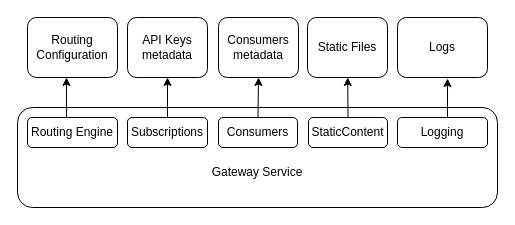
PKPublicCode/SecuredApi keeps this draw.io diagram as page "Components" (2 of 2) of Docs/Diagrams.drawio. Above is the earlier version. Source tidied: cells renumbered, new cells numbered last; positions are measured from the earlier drawing's top-left corner, leaving out a move shared by most shapes. Both pictures are drawn from the tidied source at 100%, with x=0, y=0 at pixel (17, 17).
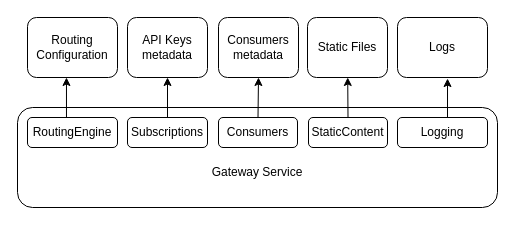
After the change.

Change to the diagram source:
```diff
@@
 <mxGraphModel>
   <root>
     <mxCell id="0" />
     <mxCell id="1" parent="0" />
     <mxCell id="2" value="&lt;div&gt;&lt;br&gt;&lt;/div&gt;&lt;div&gt;&lt;br&gt;&lt;/div&gt;Gateway Service" style="rounded=1;whiteSpace=wrap;html=1;" parent="1" vertex="1">
       <mxGeometry y="90" width="480" height="100" as="geometry" />
     </mxCell>
     <mxCell id="3" value="Routing Configuration" style="rounded=1;whiteSpace=wrap;html=1;" parent="1" vertex="1">
       <mxGeometry x="10" width="90" height="60" as="geometry" />
     </mxCell>
     <mxCell id="4" value="API Keys metadata" style="rounded=1;whiteSpace=wrap;html=1;" parent="1" vertex="1">
       <mxGeometry x="110" width="80" height="60" as="geometry" />
     </mxCell>
     <mxCell id="5" value="Consumers metadata" style="rounded=1;whiteSpace=wrap;html=1;" parent="1" vertex="1">
       <mxGeometry x="201" width="80" height="60" as="geometry" />
     </mxCell>
     <mxCell id="6" value="Static Files" style="rounded=1;whiteSpace=wrap;html=1;" parent="1" vertex="1">
       <mxGeometry x="290" width="80" height="60" as="geometry" />
     </mxCell>
     <mxCell id="7" value="Logs" style="rounded=1;whiteSpace=wrap;html=1;" parent="1" vertex="1">
       <mxGeometry x="380" width="90" height="60" as="geometry" />
     </mxCell>
     <mxCell id="8" style="endArrow=classic;html=1;rounded=0;exitX=0.433;exitY=0;exitDx=0;exitDy=0;exitPerimeter=0;entryX=0.433;entryY=1;entryDx=0;entryDy=0;entryPerimeter=0;" parent="1" edge="1" source="13" target="3">
       <mxGeometry relative="1" as="geometry" />
     </mxCell>
     <mxCell id="9" style="endArrow=classic;html=1;rounded=0;entryX=0.5;entryY=1;entryDx=0;entryDy=0;exitX=0.5;exitY=0;exitDx=0;exitDy=0;" parent="1" edge="1" source="14" target="4">
       <mxGeometry relative="1" as="geometry" />
     </mxCell>
     <mxCell id="10" style="endArrow=classic;html=1;rounded=0;entryX=0.5;entryY=1;entryDx=0;entryDy=0;exitX=0.5;exitY=0;exitDx=0;exitDy=0;" parent="1" edge="1" source="15" target="5">
       <mxGeometry relative="1" as="geometry" />
     </mxCell>
     <mxCell id="11" style="endArrow=classic;html=1;rounded=0;exitX=0.5;exitY=0;exitDx=0;exitDy=0;" parent="1" edge="1" source="16" target="6">
       <mxGeometry relative="1" as="geometry" />
     </mxCell>
     <mxCell id="12" style="endArrow=classic;html=1;rounded=0;entryX=0.556;entryY=1.017;entryDx=0;entryDy=0;entryPerimeter=0;" parent="1" edge="1" target="7">
       <mxGeometry relative="1" as="geometry">
         <mxPoint x="430" y="100" as="sourcePoint" />
       </mxGeometry>
     </mxCell>
-    <mxCell id="13" value="Routing Engine" style="rounded=1;whiteSpace=wrap;html=1;" parent="1" vertex="1">
+    <mxCell id="13" value="RoutingEngine" style="rounded=1;whiteSpace=wrap;html=1;" parent="1" vertex="1">
       <mxGeometry x="10" y="100" width="90" height="30" as="geometry" />
     </mxCell>
     <mxCell id="14" value="Subscriptions" style="rounded=1;whiteSpace=wrap;html=1;" parent="1" vertex="1">
       <mxGeometry x="110" y="100" width="80" height="30" as="geometry" />
     </mxCell>
     <mxCell id="15" value="Consumers" style="rounded=1;whiteSpace=wrap;html=1;" parent="1" vertex="1">
       <mxGeometry x="201" y="100" width="79" height="30" as="geometry" />
     </mxCell>
     <mxCell id="16" value="StaticContent" style="rounded=1;whiteSpace=wrap;html=1;" parent="1" vertex="1">
       <mxGeometry x="291" y="100" width="79" height="30" as="geometry" />
     </mxCell>
     <mxCell id="17" value="Logging" style="rounded=1;whiteSpace=wrap;html=1;" parent="1" vertex="1">
       <mxGeometry x="380" y="100" width="90" height="30" as="geometry" />
     </mxCell>
   </root>
 </mxGraphModel>
```
